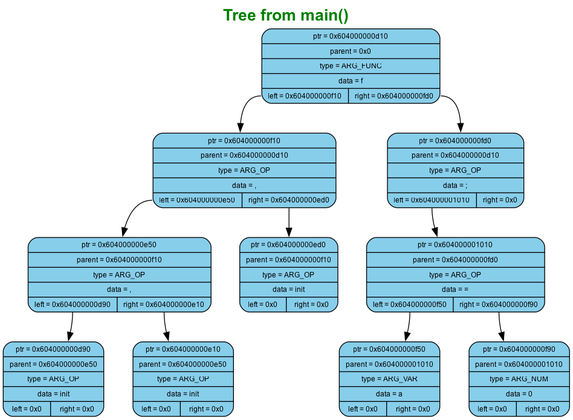
murugov/Language keeps this Graphviz diagram as reports/trees/tree0/tree.dot.png. Above is the earlier version. Its source is kept beside it as reports/trees/tree0/tree.dot.
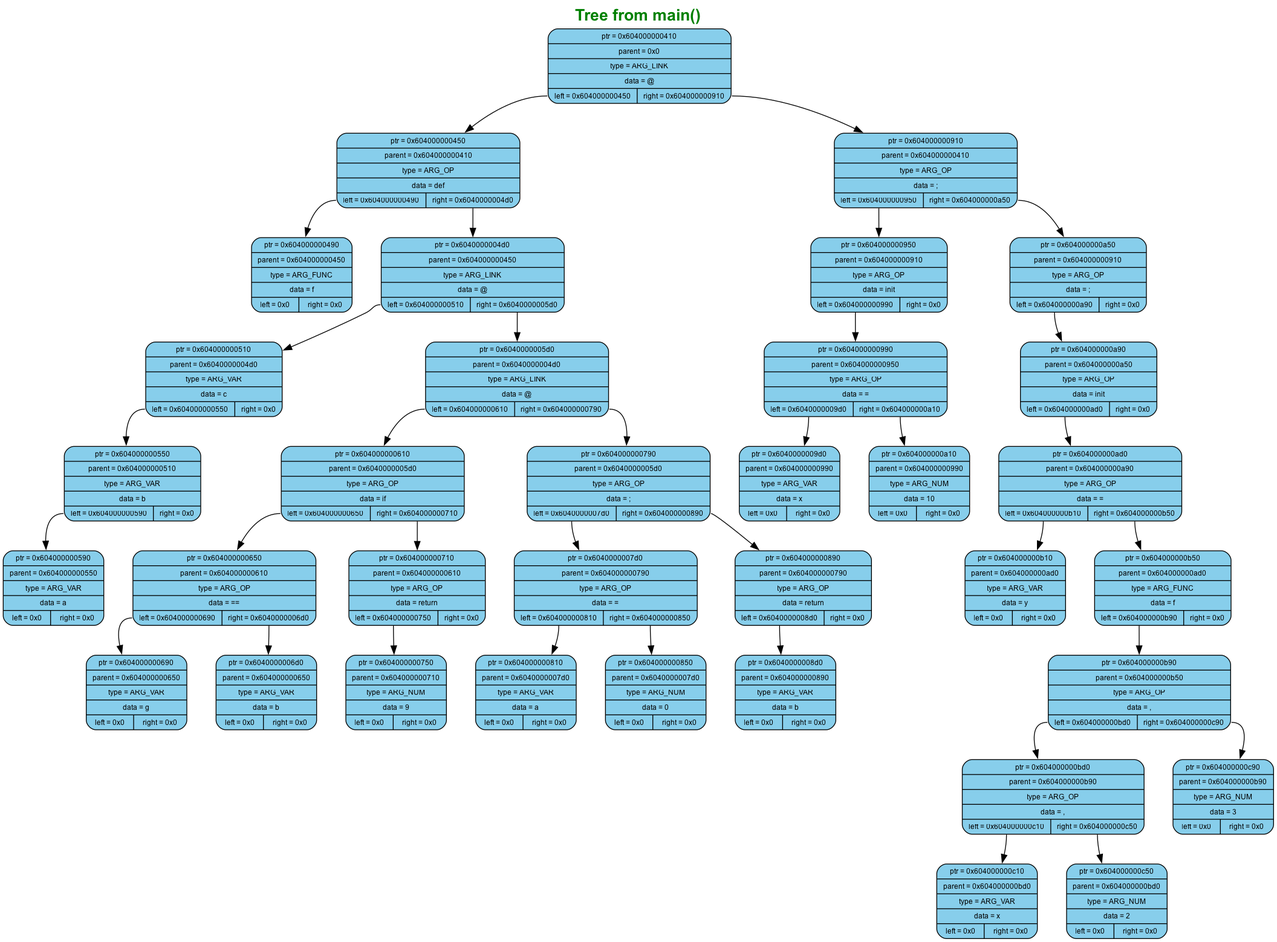
Later version of the same file.

Diff of the diagram source:
```diff
@@ -11,23 +11,73 @@
 	ranksep=0.5;
 	node[fontsize=9, shape=box, width=0.7, height=0.4, style="filled, rounded", fontname="Arial"];
 
-	n0 [shape=record, label="{ptr = 0x604000000d10 | parent = 0x0 | type = ARG_FUNC | data = f | {<left> left = 0x604000000f10 | <right> right = 0x604000000fd0}}", fillcolor="#87CEEB", color="black"]
-	n1 [shape=record, label="{ptr = 0x604000000f10 | parent = 0x604000000d10 | type = ARG_OP | data = , | {<left> left = 0x604000000e50 | <right> right = 0x604000000ed0}}", fillcolor="#87CEEB", color="black"]
+	n0 [shape=record, label="{ptr = 0x604000000410 | parent = 0x0 | type = ARG_LINK | data = @ | {<left> left = 0x604000000450 | <right> right = 0x604000000910}}", fillcolor="#87CEEB", color="black"]
+	n1 [shape=record, label="{ptr = 0x604000000450 | parent = 0x604000000410 | type = ARG_OP | data = def | {<left> left = 0x604000000490 | <right> right = 0x6040000004d0}}", fillcolor="#87CEEB", color="black"]
 	n0:left -> n1
-	n2 [shape=record, label="{ptr = 0x604000000fd0 | parent = 0x604000000d10 | type = ARG_OP | data = ; | {<left> left = 0x604000001010 | <right> right = 0x0}}", fillcolor="#87CEEB", color="black"]
+	n2 [shape=record, label="{ptr = 0x604000000910 | parent = 0x604000000410 | type = ARG_OP | data = ; | {<left> left = 0x604000000950 | <right> right = 0x604000000a50}}", fillcolor="#87CEEB", color="black"]
 	n0:right -> n2
-	n3 [shape=record, label="{ptr = 0x604000001010 | parent = 0x604000000fd0 | type = ARG_OP | data = = | {<left> left = 0x604000000f50 | <right> right = 0x604000000f90}}", fillcolor="#87CEEB", color="black"]
+	n3 [shape=record, label="{ptr = 0x604000000950 | parent = 0x604000000910 | type = ARG_OP | data = init | {<left> left = 0x604000000990 | <right> right = 0x0}}", fillcolor="#87CEEB", color="black"]
 	n2:left -> n3
-	n4 [shape=record, label="{ptr = 0x604000000f50 | parent = 0x604000001010 | type = ARG_VAR | data = a | {<left> left = 0x0 | <right> right = 0x0}}", fillcolor="#87CEEB", color="black"]
-	n3:left -> n4
-	n5 [shape=record, label="{ptr = 0x604000000f90 | parent = 0x604000001010 | type = ARG_NUM | data = 0 | {<left> left = 0x0 | <right> right = 0x0}}", fillcolor="#87CEEB", color="black"]
-	n3:right -> n5
-	n6 [shape=record, label="{ptr = 0x604000000e50 | parent = 0x604000000f10 | type = ARG_OP | data = , | {<left> left = 0x604000000d90 | <right> right = 0x604000000e10}}", fillcolor="#87CEEB", color="black"]
-	n1:left -> n6
-	n7 [shape=record, label="{ptr = 0x604000000ed0 | parent = 0x604000000f10 | type = ARG_OP | data = init | {<left> left = 0x0 | <right> right = 0x0}}", fillcolor="#87CEEB", color="black"]
-	n1:right -> n7
-	n8 [shape=record, label="{ptr = 0x604000000d90 | parent = 0x604000000e50 | type = ARG_OP | data = init | {<left> left = 0x0 | <right> right = 0x0}}", fillcolor="#87CEEB", color="black"]
-	n6:left -> n8
-	n9 [shape=record, label="{ptr = 0x604000000e10 | parent = 0x604000000e50 | type = ARG_OP | data = init | {<left> left = 0x0 | <right> right = 0x0}}", fillcolor="#87CEEB", color="black"]
-	n6:right -> n9
+	n4 [shape=record, label="{ptr = 0x604000000a50 | parent = 0x604000000910 | type = ARG_OP | data = ; | {<left> left = 0x604000000a90 | <right> right = 0x0}}", fillcolor="#87CEEB", color="black"]
+	n2:right -> n4
+	n5 [shape=record, label="{ptr = 0x604000000a90 | parent = 0x604000000a50 | type = ARG_OP | data = init | {<left> left = 0x604000000ad0 | <right> right = 0x0}}", fillcolor="#87CEEB", color="black"]
+	n4:left -> n5
+	n6 [shape=record, label="{ptr = 0x604000000ad0 | parent = 0x604000000a90 | type = ARG_OP | data = = | {<left> left = 0x604000000b10 | <right> right = 0x604000000b50}}", fillcolor="#87CEEB", color="black"]
+	n5:left -> n6
+	n7 [shape=record, label="{ptr = 0x604000000b10 | parent = 0x604000000ad0 | type = ARG_VAR | data = y | {<left> left = 0x0 | <right> right = 0x0}}", fillcolor="#87CEEB", color="black"]
+	n6:left -> n7
+	n8 [shape=record, label="{ptr = 0x604000000b50 | parent = 0x604000000ad0 | type = ARG_FUNC | data = f | {<left> left = 0x604000000b90 | <right> right = 0x0}}", fillcolor="#87CEEB", color="black"]
+	n6:right -> n8
+	n9 [shape=record, label="{ptr = 0x604000000b90 | parent = 0x604000000b50 | type = ARG_OP | data = , | {<left> left = 0x604000000bd0 | <right> right = 0x604000000c90}}", fillcolor="#87CEEB", color="black"]
+	n8:left -> n9
+	n10 [shape=record, label="{ptr = 0x604000000bd0 | parent = 0x604000000b90 | type = ARG_OP | data = , | {<left> left = 0x604000000c10 | <right> right = 0x604000000c50}}", fillcolor="#87CEEB", color="black"]
+	n9:left -> n10
+	n11 [shape=record, label="{ptr = 0x604000000c90 | parent = 0x604000000b90 | type = ARG_NUM | data = 3 | {<left> left = 0x0 | <right> right = 0x0}}", fillcolor="#87CEEB", color="black"]
+	n9:right -> n11
+	n12 [shape=record, label="{ptr = 0x604000000c10 | parent = 0x604000000bd0 | type = ARG_VAR | data = x | {<left> left = 0x0 | <right> right = 0x0}}", fillcolor="#87CEEB", color="black"]
+	n10:left -> n12
+	n13 [shape=record, label="{ptr = 0x604000000c50 | parent = 0x604000000bd0 | type = ARG_NUM | data = 2 | {<left> left = 0x0 | <right> right = 0x0}}", fillcolor="#87CEEB", color="black"]
+	n10:right -> n13
+	n14 [shape=record, label="{ptr = 0x604000000990 | parent = 0x604000000950 | type = ARG_OP | data = = | {<left> left = 0x6040000009d0 | <right> right = 0x604000000a10}}", fillcolor="#87CEEB", color="black"]
+	n3:left -> n14
+	n15 [shape=record, label="{ptr = 0x6040000009d0 | parent = 0x604000000990 | type = ARG_VAR | data = x | {<left> left = 0x0 | <right> right = 0x0}}", fillcolor="#87CEEB", color="black"]
+	n14:left -> n15
+	n16 [shape=record, label="{ptr = 0x604000000a10 | parent = 0x604000000990 | type = ARG_NUM | data = 10 | {<left> left = 0x0 | <right> right = 0x0}}", fillcolor="#87CEEB", color="black"]
+	n14:right -> n16
+	n17 [shape=record, label="{ptr = 0x604000000490 | parent = 0x604000000450 | type = ARG_FUNC | data = f | {<left> left = 0x0 | <right> right = 0x0}}", fillcolor="#87CEEB", color="black"]
+	n1:left -> n17
+	n18 [shape=record, label="{ptr = 0x6040000004d0 | parent = 0x604000000450 | type = ARG_LINK | data = @ | {<left> left = 0x604000000510 | <right> right = 0x6040000005d0}}", fillcolor="#87CEEB", color="black"]
+	n1:right -> n18
+	n19 [shape=record, label="{ptr = 0x604000000510 | parent = 0x6040000004d0 | type = ARG_VAR | data = c | {<left> left = 0x604000000550 | <right> right = 0x0}}", fillcolor="#87CEEB", color="black"]
+	n18:left -> n19
+	n20 [shape=record, label="{ptr = 0x6040000005d0 | parent = 0x6040000004d0 | type = ARG_LINK | data = @ | {<left> left = 0x604000000610 | <right> right = 0x604000000790}}", fillcolor="#87CEEB", color="black"]
+	n18:right -> n20
+	n21 [shape=record, label="{ptr = 0x604000000610 | parent = 0x6040000005d0 | type = ARG_OP | data = if | {<left> left = 0x604000000650 | <right> right = 0x604000000710}}", fillcolor="#87CEEB", color="black"]
+	n20:left -> n21
+	n22 [shape=record, label="{ptr = 0x604000000790 | parent = 0x6040000005d0 | type = ARG_OP | data = ; | {<left> left = 0x6040000007d0 | <right> right = 0x604000000890}}", fillcolor="#87CEEB", color="black"]
+	n20:right -> n22
+	n23 [shape=record, label="{ptr = 0x6040000007d0 | parent = 0x604000000790 | type = ARG_OP | data = = | {<left> left = 0x604000000810 | <right> right = 0x604000000850}}", fillcolor="#87CEEB", color="black"]
+	n22:left -> n23
+	n24 [shape=record, label="{ptr = 0x604000000890 | parent = 0x604000000790 | type = ARG_OP | data = return | {<left> left = 0x6040000008d0 | <right> right = 0x0}}", fillcolor="#87CEEB", color="black"]
+	n22:right -> n24
+	n25 [shape=record, label="{ptr = 0x6040000008d0 | parent = 0x604000000890 | type = ARG_VAR | data = b | {<left> left = 0x0 | <right> right = 0x0}}", fillcolor="#87CEEB", color="black"]
+	n24:left -> n25
+	n26 [shape=record, label="{ptr = 0x604000000810 | parent = 0x6040000007d0 | type = ARG_VAR | data = a | {<left> left = 0x0 | <right> right = 0x0}}", fillcolor="#87CEEB", color="black"]
+	n23:left -> n26
+	n27 [shape=record, label="{ptr = 0x604000000850 | parent = 0x6040000007d0 | type = ARG_NUM | data = 0 | {<left> left = 0x0 | <right> right = 0x0}}", fillcolor="#87CEEB", color="black"]
+	n23:right -> n27
+	n28 [shape=record, label="{ptr = 0x604000000650 | parent = 0x604000000610 | type = ARG_OP | data = == | {<left> left = 0x604000000690 | <right> right = 0x6040000006d0}}", fillcolor="#87CEEB", color="black"]
+	n21:left -> n28
+	n29 [shape=record, label="{ptr = 0x604000000710 | parent = 0x604000000610 | type = ARG_OP | data = return | {<left> left = 0x604000000750 | <right> right = 0x0}}", fillcolor="#87CEEB", color="black"]
+	n21:right -> n29
+	n30 [shape=record, label="{ptr = 0x604000000750 | parent = 0x604000000710 | type = ARG_NUM | data = 9 | {<left> left = 0x0 | <right> right = 0x0}}", fillcolor="#87CEEB", color="black"]
+	n29:left -> n30
+	n31 [shape=record, label="{ptr = 0x604000000690 | parent = 0x604000000650 | type = ARG_VAR | data = g | {<left> left = 0x0 | <right> right = 0x0}}", fillcolor="#87CEEB", color="black"]
+	n28:left -> n31
+	n32 [shape=record, label="{ptr = 0x6040000006d0 | parent = 0x604000000650 | type = ARG_VAR | data = b | {<left> left = 0x0 | <right> right = 0x0}}", fillcolor="#87CEEB", color="black"]
+	n28:right -> n32
+	n33 [shape=record, label="{ptr = 0x604000000550 | parent = 0x604000000510 | type = ARG_VAR | data = b | {<left> left = 0x604000000590 | <right> right = 0x0}}", fillcolor="#87CEEB", color="black"]
+	n19:left -> n33
+	n34 [shape=record, label="{ptr = 0x604000000590 | parent = 0x604000000550 | type = ARG_VAR | data = a | {<left> left = 0x0 | <right> right = 0x0}}", fillcolor="#87CEEB", color="black"]
+	n33:left -> n34
 }
```
